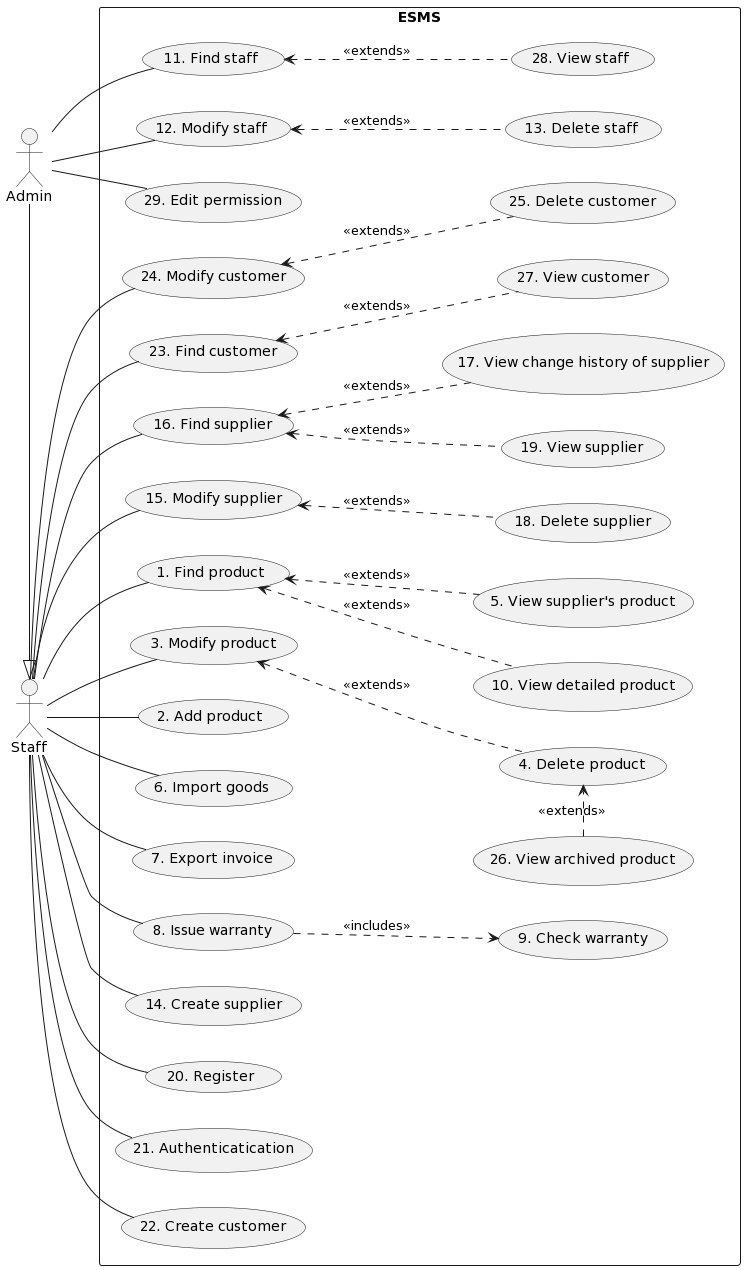
The PlantUML diagram Lab1.2/Usecases/details.png in thanhLoc1087/SE357-Pratice-class, before a commit.
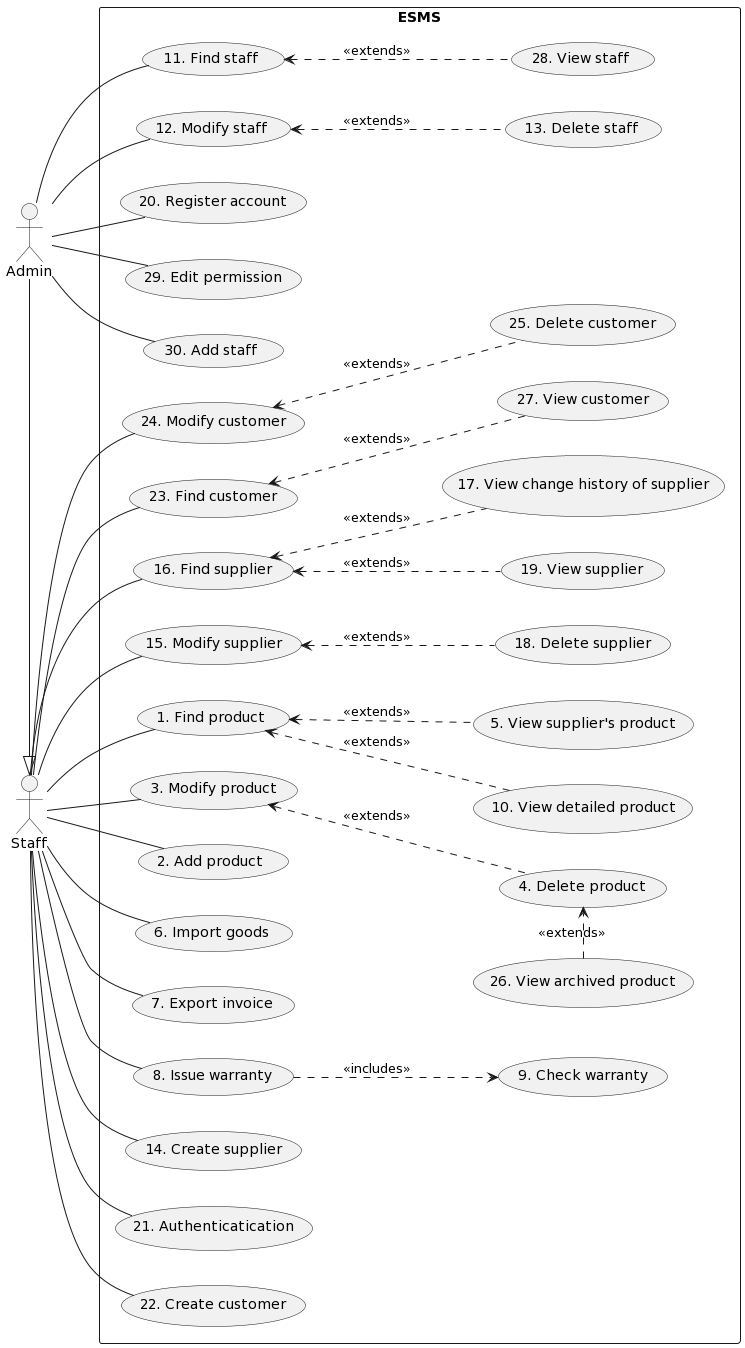
After the commit.

Commit message:
Lab1_2 update class and usecase diagram

The edit, as a diff of the source:
```diff
@@ -22,7 +22,7 @@
 usecase "17. View change history of supplier" as UC17
 usecase "18. Delete supplier" as UC18
 usecase "19. View supplier" as UC19
-usecase "20. Register" as UC20
+usecase "20. Register account" as UC20
 usecase "21. Authenticatication" as UC21
 usecase "22. Create customer" as UC22
 usecase "23. Find customer" as UC23
@@ -32,11 +32,14 @@
 usecase "27. View customer" as UC27
 usecase "28. View staff" as UC28
 usecase "29. Edit permission" as UC29
+usecase "30. Add staff" as UC30
 }
 ad -right-|> st
 ad -- UC11
+ad -- UC30
 ad -- UC29
 ad -- UC12
+ad -- UC20
 UC13 .up.> UC12 : <<extends>>
 UC28 .up.> UC11 : <<extends>>
 st -- UC3
@@ -57,7 +60,6 @@
 st -- UC16
 UC17 .up.> UC16 : <<extends>>
 UC19 .up.> UC16 : <<extends>>
-st -- UC20
 st -- UC21
 st -- UC22
 st -- UC23
```
